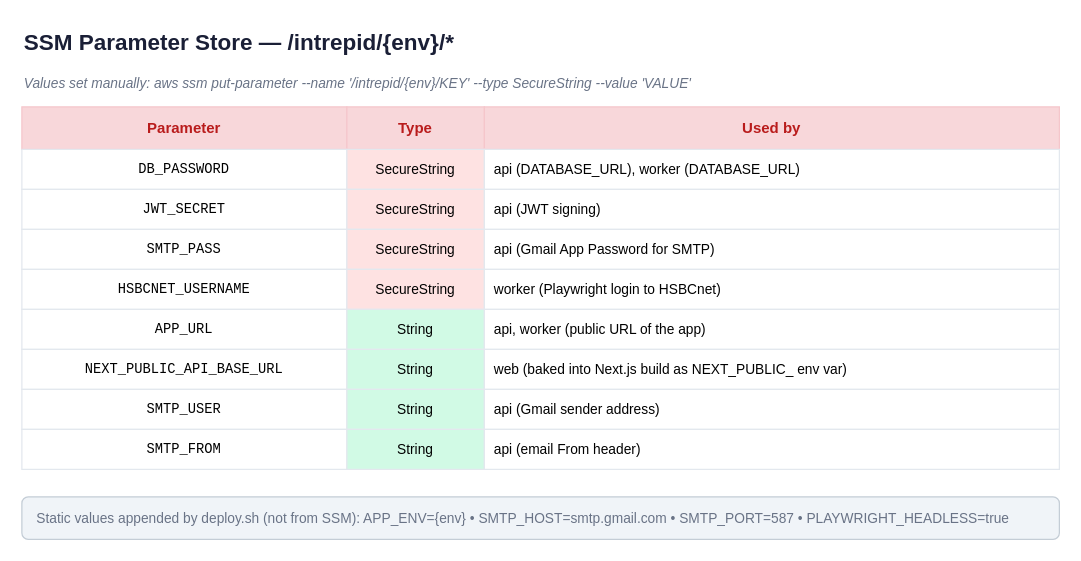
Earlier version of the draw.io diagram page "3. SSM Parameters" (3 of 3) of docs/deploy-flow.drawio (hatuanduc/intrepid-flow). Source tidied: cells renumbered, new cells numbered last; positions are measured from the earlier drawing's top-left corner, leaving out a move shared by most shapes. Both pictures are drawn from the tidied source at 125%, with x=0, y=0 at pixel (21, 21).
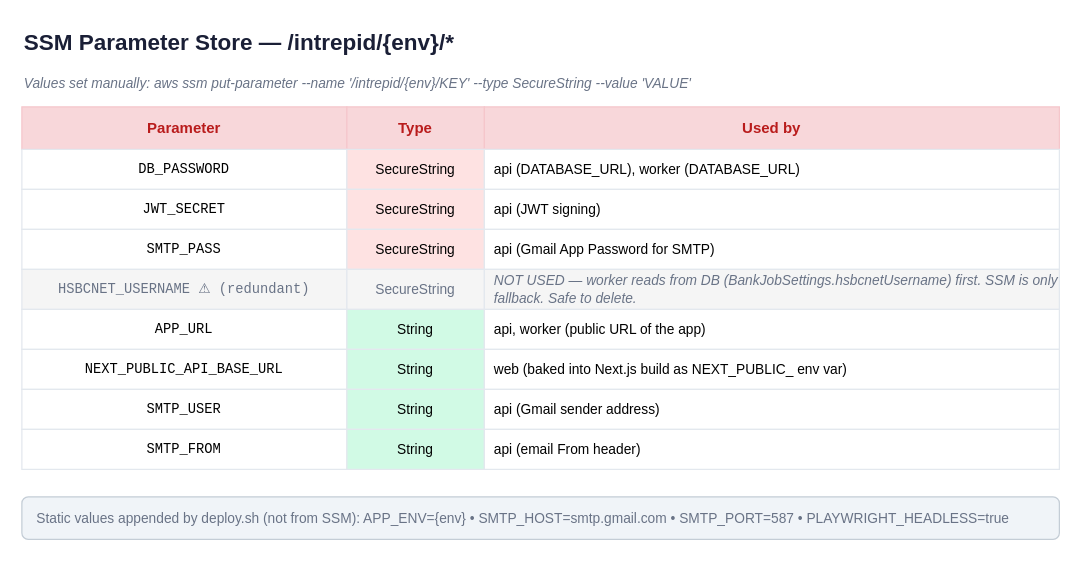
The same diagram, later.

Change to the diagram source:
```diff
@@
-    <mxCell id="16" value="HSBCNET_USERNAME" style="rounded=0;whiteSpace=wrap;html=1;fillColor=#fff;strokeColor=#e3e8ee;fontSize=11;fontFamily=Courier New;" parent="1" vertex="1">
+    <mxCell id="16" value="HSBCNET_USERNAME  ⚠ (redundant)" style="rounded=0;whiteSpace=wrap;html=1;fillColor=#f5f5f5;strokeColor=#e3e8ee;fontSize=11;fontFamily=Courier New;fontColor=#697386;" parent="1" vertex="1">
       <mxGeometry y="198" width="260" height="32" as="geometry" />
     </mxCell>
-    <mxCell id="17" value="SecureString" style="rounded=0;whiteSpace=wrap;html=1;fillColor=#fee2e2;strokeColor=#e3e8ee;fontSize=11;" parent="1" vertex="1">
+    <mxCell id="17" value="SecureString" style="rounded=0;whiteSpace=wrap;html=1;fillColor=#f5f5f5;strokeColor=#e3e8ee;fontSize=11;fontColor=#697386;" parent="1" vertex="1">
       <mxGeometry x="260" y="198" width="110" height="32" as="geometry" />
     </mxCell>
-    <mxCell id="18" value="worker (Playwright login to HSBCnet)" style="rounded=0;whiteSpace=wrap;html=1;fillColor=#fff;strokeColor=#e3e8ee;fontSize=11;align=left;spacingLeft=6;" parent="1" vertex="1">
+    <mxCell id="18" value="NOT USED — worker reads from DB (BankJobSettings.hsbcnetUsername) first. SSM is only fallback. Safe to delete." style="rounded=0;whiteSpace=wrap;html=1;fillColor=#f5f5f5;strokeColor=#e3e8ee;fontSize=11;align=left;spacingLeft=6;fontColor=#697386;fontStyle=2;" parent="1" vertex="1">
       <mxGeometry x="370" y="198" width="460" height="32" as="geometry" />
     </mxCell>
```
